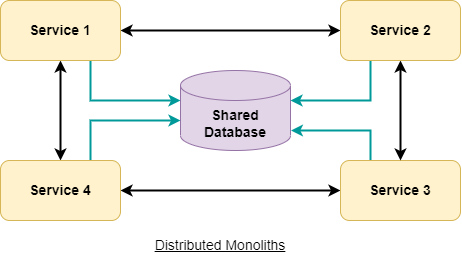
Earlier version of the draw.io export microservices/imgs/DistributedMonoliths.png (bhoopen123/documentations). Source tidied: cells renumbered, new cells last; positions are measured from the earlier drawing's top-left corner, leaving out a move shared by most shapes. The source it was exported from:
```xml
<mxGraphModel>
  <root>
    <mxCell id="0" />
    <mxCell id="1" parent="0" />
    <mxCell id="2" value="Shared Database" style="shape=cylinder3;whiteSpace=wrap;html=1;boundedLbl=1;backgroundOutline=1;size=15;fillColor=#e1d5e7;strokeColor=#9673a6;fontSize=14;fontStyle=1;" parent="1" vertex="1">
      <mxGeometry x="180" y="70" width="110" height="80" as="geometry" />
    </mxCell>
    <mxCell id="3" style="edgeStyle=orthogonalEdgeStyle;rounded=0;jettySize=auto;html=1;entryX=0;entryY=0.5;entryDx=0;entryDy=0;strokeWidth=2;strokeColor=default;startArrow=classic;startFill=1;" parent="1" edge="1" source="6" target="14">
      <mxGeometry relative="1" as="geometry" />
    </mxCell>
    <mxCell id="4" style="edgeStyle=orthogonalEdgeStyle;rounded=0;jettySize=auto;html=1;strokeColor=default;strokeWidth=2;startArrow=classic;startFill=1;" parent="1" edge="1" source="6" target="9">
      <mxGeometry relative="1" as="geometry" />
    </mxCell>
    <mxCell id="5" style="edgeStyle=orthogonalEdgeStyle;rounded=0;jettySize=auto;html=1;fontSize=14;strokeColor=#009999;strokeWidth=2;exitX=0.75;exitY=1;exitDx=0;exitDy=0;" parent="1" edge="1" source="6">
      <mxGeometry relative="1" as="geometry">
        <mxPoint x="180" y="100" as="targetPoint" />
        <Array as="points">
          <mxPoint x="90" y="100" />
          <mxPoint x="180" y="100" />
        </Array>
      </mxGeometry>
    </mxCell>
    <mxCell id="6" value="Service 1" style="rounded=1;whiteSpace=wrap;html=1;fontSize=14;fontStyle=1;fillColor=#fff2cc;strokeColor=#d6b656;" parent="1" vertex="1">
      <mxGeometry width="120" height="60" as="geometry" />
    </mxCell>
    <mxCell id="7" style="edgeStyle=orthogonalEdgeStyle;rounded=0;jettySize=auto;html=1;entryX=0;entryY=0.5;entryDx=0;entryDy=0;strokeColor=default;strokeWidth=2;startArrow=classic;startFill=1;" parent="1" edge="1" source="9" target="11">
      <mxGeometry relative="1" as="geometry" />
    </mxCell>
    <mxCell id="8" style="edgeStyle=orthogonalEdgeStyle;rounded=0;jettySize=auto;html=1;fontSize=14;strokeColor=#009999;strokeWidth=2;" parent="1" edge="1" source="9">
      <mxGeometry relative="1" as="geometry">
        <mxPoint x="180" y="120" as="targetPoint" />
        <Array as="points">
          <mxPoint x="90" y="120" />
          <mxPoint x="180" y="120" />
        </Array>
      </mxGeometry>
    </mxCell>
    <mxCell id="9" value="Service 4" style="rounded=1;whiteSpace=wrap;html=1;fontSize=14;fontStyle=1;fillColor=#fff2cc;strokeColor=#d6b656;" parent="1" vertex="1">
      <mxGeometry y="160" width="120" height="60" as="geometry" />
    </mxCell>
    <mxCell id="10" style="edgeStyle=orthogonalEdgeStyle;rounded=0;jettySize=auto;html=1;entryX=1.004;entryY=0.762;entryDx=0;entryDy=0;entryPerimeter=0;fontSize=14;strokeColor=#009999;strokeWidth=2;" parent="1" edge="1" source="11" target="2">
      <mxGeometry relative="1" as="geometry">
        <Array as="points">
          <mxPoint x="370" y="130" />
          <mxPoint x="290" y="130" />
        </Array>
      </mxGeometry>
    </mxCell>
    <mxCell id="11" value="Service 3" style="rounded=1;whiteSpace=wrap;html=1;fontSize=14;fontStyle=1;fillColor=#fff2cc;strokeColor=#d6b656;" parent="1" vertex="1">
      <mxGeometry x="340" y="160" width="120" height="60" as="geometry" />
    </mxCell>
    <mxCell id="12" style="edgeStyle=orthogonalEdgeStyle;rounded=0;jettySize=auto;html=1;entryX=0.5;entryY=0;entryDx=0;entryDy=0;strokeColor=default;strokeWidth=2;startArrow=classic;startFill=1;" parent="1" edge="1" source="14" target="11">
      <mxGeometry relative="1" as="geometry" />
    </mxCell>
    <mxCell id="13" style="edgeStyle=orthogonalEdgeStyle;rounded=0;jettySize=auto;html=1;fontSize=14;strokeColor=#009999;strokeWidth=2;" parent="1" edge="1" source="14">
      <mxGeometry relative="1" as="geometry">
        <mxPoint x="290" y="100" as="targetPoint" />
        <Array as="points">
          <mxPoint x="370" y="100" />
          <mxPoint x="290" y="100" />
        </Array>
      </mxGeometry>
    </mxCell>
    <mxCell id="14" value="Service 2" style="rounded=1;whiteSpace=wrap;html=1;fontSize=14;fontStyle=1;fillColor=#fff2cc;strokeColor=#d6b656;" parent="1" vertex="1">
      <mxGeometry x="340" width="120" height="60" as="geometry" />
    </mxCell>
    <mxCell id="15" value="Distributed Monoliths" style="text;html=1;strokeColor=none;fillColor=none;align=center;verticalAlign=middle;whiteSpace=wrap;rounded=0;fontSize=14;fontStyle=4;" parent="1" vertex="1">
      <mxGeometry x="120" y="230" width="200" height="30" as="geometry" />
    </mxCell>
  </root>
</mxGraphModel>
```
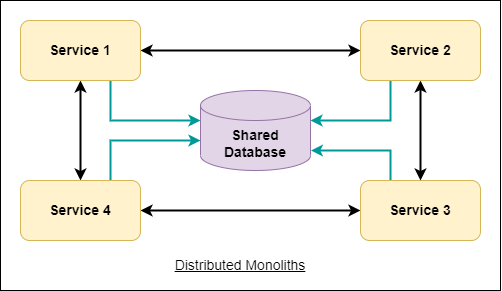
The same file after the commit.

Commit message:
microservices - challenges of microservices

Diff of the diagram source:
```diff
@@ -2,6 +2,9 @@
   <root>
     <mxCell id="0" />
     <mxCell id="1" parent="0" />
+    <mxCell id="16" style="rounded=0;whiteSpace=wrap;html=1;fontSize=14;" parent="1" vertex="1">
+      <mxGeometry x="-20" y="-20" width="500" height="290" as="geometry" />
+    </mxCell>
     <mxCell id="2" value="Shared Database" style="shape=cylinder3;whiteSpace=wrap;html=1;boundedLbl=1;backgroundOutline=1;size=15;fillColor=#e1d5e7;strokeColor=#9673a6;fontSize=14;fontStyle=1;" parent="1" vertex="1">
       <mxGeometry x="180" y="70" width="110" height="80" as="geometry" />
     </mxCell>
```
